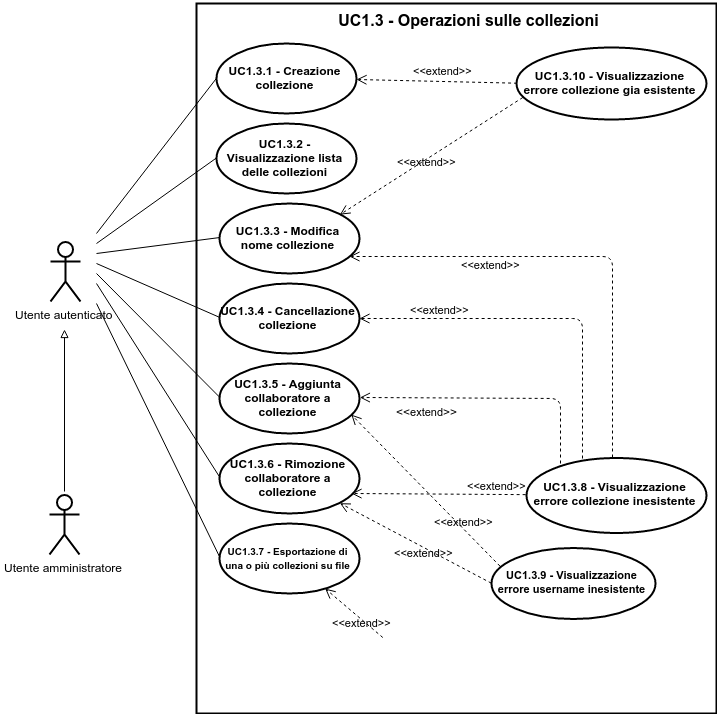
Before: img/UseCases/UC1_3.png, a diagram exported from draw.io (ScalateKids/Actorbase-Documents). Source tidied: cells renumbered, new cells last; positions are measured from the earlier drawing's top-left corner, leaving out a move shared by most shapes.
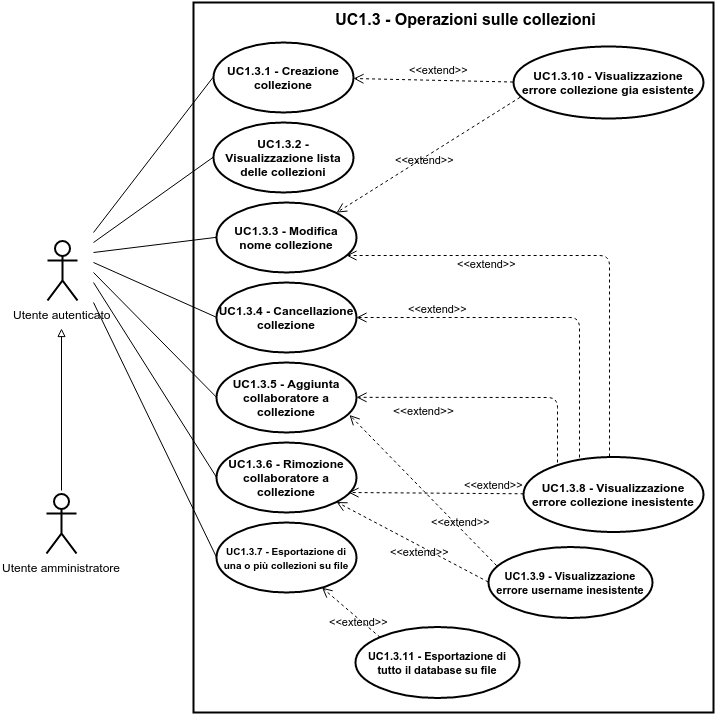
After the commit.

Commit message:
AdR: New img

What changed in the source:
```diff
@@ -2,150 +2,152 @@
   <root>
     <mxCell id="0" />
     <mxCell id="1" parent="0" />
-    <mxCell id="2" value="Utente autenticato" style="shape=umlActor;verticalLabelPosition=bottom;labelBackgroundColor=#ffffff;verticalAlign=top;html=1;shadow=0;glass=0;strokeWidth=2;fillColor=none;" parent="1" vertex="1">
-      <mxGeometry x="1" y="238" width="30" height="60" as="geometry" />
+    <mxCell id="2" style="html=1;shadow=0;glass=0;strokeWidth=2;fillColor=none;" parent="1" vertex="1">
+      <mxGeometry x="147" width="520" height="710" as="geometry" />
     </mxCell>
-    <mxCell id="3" value="&lt;b&gt;UC1.3.2 - Visualizzazione lista delle collezioni&lt;/b&gt;" style="ellipse;whiteSpace=wrap;html=1;shadow=0;glass=0;strokeWidth=2;fillColor=none;" parent="1" vertex="1">
-      <mxGeometry x="167" y="120" width="140" height="70" as="geometry" />
+    <mxCell id="3" value="Utente autenticato" style="shape=umlActor;verticalLabelPosition=bottom;labelBackgroundColor=#ffffff;verticalAlign=top;html=1;shadow=0;glass=0;strokeWidth=2;fillColor=none;" parent="1" vertex="1">
+      <mxGeometry x="1" y="238" width="30" height="60" as="geometry" />
     </mxCell>
-    <mxCell id="4" value="&lt;b&gt;UC1.3.3 - Modifica nome collezione&lt;/b&gt;" style="ellipse;whiteSpace=wrap;html=1;shadow=0;glass=0;strokeWidth=2;fillColor=none;" parent="1" vertex="1">
-      <mxGeometry x="170" y="200" width="140" height="70" as="geometry" />
+    <mxCell id="4" value="&lt;b&gt;UC1.3.2 - Visualizzazione lista delle collezioni&lt;/b&gt;" style="ellipse;whiteSpace=wrap;html=1;shadow=0;glass=0;strokeWidth=2;fillColor=none;" parent="1" vertex="1">
+      <mxGeometry x="167" y="120" width="140" height="70" as="geometry" />
     </mxCell>
-    <mxCell id="5" value="&lt;b&gt;UC1.3.4 - Cancellazione collezione&lt;/b&gt;" style="ellipse;whiteSpace=wrap;html=1;shadow=0;glass=0;strokeWidth=2;fillColor=none;" parent="1" vertex="1">
-      <mxGeometry x="170" y="280" width="140" height="70" as="geometry" />
+    <mxCell id="5" value="&lt;b&gt;UC1.3.3 - Modifica nome collezione&lt;/b&gt;" style="ellipse;whiteSpace=wrap;html=1;shadow=0;glass=0;strokeWidth=2;fillColor=none;" parent="1" vertex="1">
+      <mxGeometry x="170" y="200" width="140" height="70" as="geometry" />
     </mxCell>
-    <mxCell id="6" value="&lt;b&gt;UC1.3.5 - Aggiunta collaboratore a collezione&lt;/b&gt;" style="ellipse;whiteSpace=wrap;html=1;shadow=0;glass=0;strokeWidth=2;fillColor=none;" parent="1" vertex="1">
-      <mxGeometry x="170" y="360" width="140" height="70" as="geometry" />
+    <mxCell id="6" value="&lt;b&gt;UC1.3.4 - Cancellazione collezione&lt;/b&gt;" style="ellipse;whiteSpace=wrap;html=1;shadow=0;glass=0;strokeWidth=2;fillColor=none;" parent="1" vertex="1">
+      <mxGeometry x="170" y="280" width="140" height="70" as="geometry" />
     </mxCell>
-    <mxCell id="7" value="&lt;b&gt;UC1.3.6 - Rimozione collaboratore a collezione&lt;/b&gt;" style="ellipse;whiteSpace=wrap;html=1;shadow=0;glass=0;strokeWidth=2;fillColor=none;" parent="1" vertex="1">
-      <mxGeometry x="170" y="440" width="140" height="70" as="geometry" />
+    <mxCell id="7" value="&lt;b&gt;UC1.3.5 - Aggiunta collaboratore a collezione&lt;/b&gt;" style="ellipse;whiteSpace=wrap;html=1;shadow=0;glass=0;strokeWidth=2;fillColor=none;" parent="1" vertex="1">
+      <mxGeometry x="170" y="360" width="140" height="70" as="geometry" />
     </mxCell>
-    <mxCell id="8" value="&lt;b&gt;UC1.3.1 - Creazione collezione&lt;/b&gt;" style="ellipse;whiteSpace=wrap;html=1;shadow=0;glass=0;strokeWidth=2;fillColor=none;" parent="1" vertex="1">
-      <mxGeometry x="167" y="40" width="140" height="70" as="geometry" />
+    <mxCell id="8" value="&lt;b&gt;UC1.3.6 - Rimozione collaboratore a collezione&lt;/b&gt;" style="ellipse;whiteSpace=wrap;html=1;shadow=0;glass=0;strokeWidth=2;fillColor=none;" parent="1" vertex="1">
+      <mxGeometry x="170" y="440" width="140" height="70" as="geometry" />
     </mxCell>
-    <mxCell id="9" style="endArrow=none;html=1;entryX=0;entryY=0.5;" parent="1" edge="1" target="8">
-      <mxGeometry x="450" y="-746" as="geometry">
-        <mxPoint x="47" y="230" as="sourcePoint" />
-      </mxGeometry>
+    <mxCell id="9" value="&lt;b&gt;UC1.3.1 - Creazione collezione&lt;/b&gt;" style="ellipse;whiteSpace=wrap;html=1;shadow=0;glass=0;strokeWidth=2;fillColor=none;" parent="1" vertex="1">
+      <mxGeometry x="167" y="40" width="140" height="70" as="geometry" />
     </mxCell>
-    <mxCell id="10" style="endArrow=none;html=1;entryX=0;entryY=0.5;" parent="1" edge="1" target="3">
-      <mxGeometry x="450" y="-666" as="geometry">
-        <mxPoint x="47" y="240" as="sourcePoint" />
+    <mxCell id="10" style="endArrow=none;html=1;entryX=0;entryY=0.5;" parent="1" edge="1" target="9">
+      <mxGeometry x="450" y="-745.2" as="geometry">
+        <mxPoint x="47" y="230" as="sourcePoint" />
       </mxGeometry>
     </mxCell>
     <mxCell id="11" style="endArrow=none;html=1;entryX=0;entryY=0.5;" parent="1" edge="1" target="4">
-      <mxGeometry x="450" y="-586" as="geometry">
-        <mxPoint x="47" y="250" as="sourcePoint" />
+      <mxGeometry x="450" y="-665.2" as="geometry">
+        <mxPoint x="47" y="240" as="sourcePoint" />
       </mxGeometry>
     </mxCell>
     <mxCell id="12" style="endArrow=none;html=1;entryX=0;entryY=0.5;" parent="1" edge="1" target="5">
-      <mxGeometry x="450" y="-560" as="geometry">
-        <mxPoint x="47" y="260" as="sourcePoint" />
+      <mxGeometry x="450" y="-585.2" as="geometry">
+        <mxPoint x="47" y="250" as="sourcePoint" />
       </mxGeometry>
     </mxCell>
     <mxCell id="13" style="endArrow=none;html=1;entryX=0;entryY=0.5;" parent="1" edge="1" target="6">
-      <mxGeometry x="450" y="-550" as="geometry">
-        <mxPoint x="47" y="270" as="sourcePoint" />
+      <mxGeometry x="450" y="-560" as="geometry">
+        <mxPoint x="47" y="260" as="sourcePoint" />
       </mxGeometry>
     </mxCell>
     <mxCell id="14" style="endArrow=none;html=1;entryX=0;entryY=0.5;" parent="1" edge="1" target="7">
-      <mxGeometry x="450" y="-540" as="geometry">
-        <mxPoint x="47" y="280" as="sourcePoint" />
+      <mxGeometry x="450" y="-550" as="geometry">
+        <mxPoint x="47" y="270" as="sourcePoint" />
       </mxGeometry>
     </mxCell>
-    <mxCell id="15" value="&lt;font style=&quot;font-size: 16px&quot;&gt;UC1.3 - Operazioni sulle collezioni&lt;/font&gt;" style="text;html=1;strokeColor=none;fillColor=none;align=center;verticalAlign=middle;whiteSpace=wrap;overflow=hidden;fontStyle=1;" parent="1" vertex="1">
-      <mxGeometry x="284" y="4" width="270" height="25" as="geometry" />
+    <mxCell id="15" style="endArrow=none;html=1;entryX=0;entryY=0.5;" parent="1" edge="1" target="8">
+      <mxGeometry x="450" y="-540" as="geometry">
+        <mxPoint x="47" y="280" as="sourcePoint" />
+      </mxGeometry>
     </mxCell>
-    <mxCell id="16" style="edgeStyle=orthogonalEdgeStyle;rounded=0;html=1;exitX=0.5;exitY=0.5;exitPerimeter=0;entryX=0.5;entryY=0.5;entryPerimeter=0;jettySize=auto;orthogonalLoop=1;" parent="1" edge="1" source="2" target="2">
-      <mxGeometry x="419.1" y="-551.7" as="geometry" />
+    <mxCell id="16" value="&lt;font style=&quot;font-size: 16px&quot;&gt;UC1.3 - Operazioni sulle collezioni&lt;/font&gt;" style="text;html=1;strokeColor=none;fillColor=none;align=center;verticalAlign=middle;whiteSpace=wrap;overflow=hidden;fontStyle=1;" parent="1" vertex="1">
+      <mxGeometry x="284" y="4" width="270" height="25" as="geometry" />
     </mxCell>
-    <mxCell id="17" value="&lt;b&gt;UC1.3.10 - Visualizzazione errore collezione gia esistente&lt;/b&gt;" style="ellipse;whiteSpace=wrap;html=1;shadow=0;glass=0;strokeWidth=2;fillColor=none;" parent="1" vertex="1">
-      <mxGeometry x="467" y="44" width="190" height="72" as="geometry" />
+    <mxCell id="17" style="edgeStyle=orthogonalEdgeStyle;rounded=0;html=1;exitX=0.5;exitY=0.5;exitPerimeter=0;entryX=0.5;entryY=0.5;entryPerimeter=0;jettySize=auto;orthogonalLoop=1;" parent="1" edge="1" source="3" target="3">
+      <mxGeometry x="418.9" y="-552.2" as="geometry" />
     </mxCell>
-    <mxCell id="18" value="&amp;lt;&amp;lt;extend&amp;gt;&amp;gt;" style="html=1;verticalAlign=bottom;endArrow=open;dashed=1;endSize=8;strokeWidth=1;exitX=0;exitY=0.5;labelBackgroundColor=none;" parent="1" edge="1" source="17">
-      <mxGeometry x="710" y="-744" as="geometry">
-        <mxPoint x="307" y="76" as="targetPoint" />
-      </mxGeometry>
+    <mxCell id="18" value="&lt;b&gt;UC1.3.10 - Visualizzazione errore collezione gia esistente&lt;/b&gt;" style="ellipse;whiteSpace=wrap;html=1;shadow=0;glass=0;strokeWidth=2;fillColor=none;" parent="1" vertex="1">
+      <mxGeometry x="467" y="44" width="190" height="72" as="geometry" />
     </mxCell>
-    <mxCell id="19" value="&lt;b&gt;UC1.3.8 - Visualizzazione errore collezione inesistente&lt;/b&gt;" style="ellipse;whiteSpace=wrap;html=1;shadow=0;glass=0;strokeWidth=2;fillColor=none;" parent="1" vertex="1">
-      <mxGeometry x="477" y="454" width="180" height="75" as="geometry" />
+    <mxCell id="19" value="&amp;lt;&amp;lt;extend&amp;gt;&amp;gt;" style="html=1;verticalAlign=bottom;endArrow=open;dashed=1;endSize=8;strokeWidth=1;exitX=0;exitY=0.5;labelBackgroundColor=none;" parent="1" edge="1" source="18">
+      <mxGeometry x="710" y="-744" as="geometry">
+        <mxPoint x="307" y="76" as="targetPoint" />
+      </mxGeometry>
     </mxCell>
-    <mxCell id="20" value="&amp;lt;&amp;lt;extend&amp;gt;&amp;gt;" style="html=1;verticalAlign=bottom;endArrow=open;dashed=1;endSize=8;strokeWidth=1;labelBackgroundColor=none;" parent="1" edge="1" target="5">
-      <mxGeometry x="713" y="-505" as="geometry">
-        <mxPoint x="533" y="455" as="sourcePoint" />
-        <Array as="points">
-          <mxPoint x="533" y="315" />
-        </Array>
-      </mxGeometry>
+    <mxCell id="20" value="&lt;b&gt;UC1.3.8 - Visualizzazione errore collezione inesistente&lt;/b&gt;" style="ellipse;whiteSpace=wrap;html=1;shadow=0;glass=0;strokeWidth=2;fillColor=none;" parent="1" vertex="1">
+      <mxGeometry x="477" y="454" width="180" height="75" as="geometry" />
     </mxCell>
-    <mxCell id="21" style="text;html=1;strokeColor=none;fillColor=none;align=left;verticalAlign=middle;spacingTop=-1;spacingLeft=4;spacingRight=4;labelPosition=right;" parent="1" vertex="1">
-      <mxGeometry x="367" y="610" width="20" height="14" as="geometry" />
+    <mxCell id="21" value="&amp;lt;&amp;lt;extend&amp;gt;&amp;gt;" style="html=1;verticalAlign=bottom;endArrow=open;dashed=1;endSize=8;strokeWidth=1;labelBackgroundColor=none;" parent="1" edge="1" target="6">
+      <mxGeometry x="713" y="-505" as="geometry">
+        <mxPoint x="533" y="455" as="sourcePoint" />
+        <Array as="points">
+          <mxPoint x="533" y="315" />
+        </Array>
+      </mxGeometry>
     </mxCell>
-    <mxCell id="22" value="&lt;font style=&quot;font-size: 11px&quot;&gt;&amp;lt;&amp;lt;extend&amp;gt;&amp;gt;&lt;/font&gt;" style="html=1;verticalAlign=bottom;endArrow=open;dashed=1;endSize=8;strokeWidth=1;labelBackgroundColor=none;" parent="1" edge="1">
-      <mxGeometry x="703" y="-567" as="geometry">
-        <mxPoint x="563" y="454" as="sourcePoint" />
-        <mxPoint x="300" y="253" as="targetPoint" />
-        <Array as="points">
-          <mxPoint x="563" y="253" />
-        </Array>
-      </mxGeometry>
+    <mxCell id="22" style="text;html=1;strokeColor=none;fillColor=none;align=left;verticalAlign=middle;spacingTop=-1;spacingLeft=4;spacingRight=4;labelPosition=right;" parent="1" vertex="1">
+      <mxGeometry x="367" y="610" width="20" height="14" as="geometry" />
     </mxCell>
-    <mxCell id="23" value="&lt;font style=&quot;font-size: 11px&quot;&gt;&amp;lt;&amp;lt;extend&amp;gt;&amp;gt;&lt;/font&gt;" style="html=1;verticalAlign=bottom;endArrow=open;dashed=1;endSize=8;strokeWidth=1;exitX=0.036;exitY=0.71;entryX=1;entryY=0;exitPerimeter=0;labelBackgroundColor=none;" parent="1" edge="1" source="17" target="4">
-      <mxGeometry x="693.4" y="-726" as="geometry" />
+    <mxCell id="23" value="&lt;font style=&quot;font-size: 11px&quot;&gt;&amp;lt;&amp;lt;extend&amp;gt;&amp;gt;&lt;/font&gt;" style="html=1;verticalAlign=bottom;endArrow=open;dashed=1;endSize=8;strokeWidth=1;labelBackgroundColor=none;" parent="1" edge="1">
+      <mxGeometry x="703" y="-567" as="geometry">
+        <mxPoint x="563" y="454" as="sourcePoint" />
+        <mxPoint x="300" y="253" as="targetPoint" />
+        <Array as="points">
+          <mxPoint x="563" y="253" />
+        </Array>
+      </mxGeometry>
     </mxCell>
-    <mxCell id="24" value="&lt;font style=&quot;font-size: 11px&quot;&gt;&lt;b&gt;UC1.3.9 - Visualizzazione errore username inesistente&lt;/b&gt;&lt;/font&gt;" style="ellipse;whiteSpace=wrap;html=1;shadow=0;glass=0;strokeWidth=2;fillColor=none;" parent="1" vertex="1">
-      <mxGeometry x="442" y="544" width="164" height="71" as="geometry" />
+    <mxCell id="24" value="&lt;font style=&quot;font-size: 11px&quot;&gt;&amp;lt;&amp;lt;extend&amp;gt;&amp;gt;&lt;/font&gt;" style="html=1;verticalAlign=bottom;endArrow=open;dashed=1;endSize=8;strokeWidth=1;exitX=0.036;exitY=0.71;entryX=1;entryY=0;exitPerimeter=0;labelBackgroundColor=none;" parent="1" edge="1" source="18" target="5">
+      <mxGeometry x="693.1" y="-725.2" as="geometry" />
     </mxCell>
-    <mxCell id="25" value="&lt;font style=&quot;font-size: 12px&quot;&gt;&amp;lt;&amp;lt;&lt;/font&gt;&lt;font style=&quot;font-size: 11px&quot;&gt;extend&lt;/font&gt;&lt;font style=&quot;font-size: 12px&quot;&gt;&amp;gt;&amp;gt;&lt;/font&gt;" style="html=1;verticalAlign=bottom;endArrow=open;dashed=1;endSize=8;strokeWidth=1;labelBackgroundColor=none;entryX=1;entryY=0.5;" parent="1" edge="1" target="6">
-      <mxGeometry as="geometry">
-        <mxPoint x="511" y="460" as="sourcePoint" />
-        <Array as="points">
-          <mxPoint x="511" y="395" />
-        </Array>
-        <mxPoint x="-33" y="-10" as="offset" />
-      </mxGeometry>
+    <mxCell id="25" value="&lt;font style=&quot;font-size: 11px&quot;&gt;&lt;b&gt;UC1.3.9 - Visualizzazione errore username inesistente&lt;/b&gt;&lt;/font&gt;" style="ellipse;whiteSpace=wrap;html=1;shadow=0;glass=0;strokeWidth=2;fillColor=none;" parent="1" vertex="1">
+      <mxGeometry x="442" y="544" width="164" height="71" as="geometry" />
     </mxCell>
-    <mxCell id="26" value="&lt;font style=&quot;font-size: 11px&quot;&gt;&amp;lt;&amp;lt;extend&amp;gt;&amp;gt;&lt;/font&gt;" style="html=1;verticalAlign=bottom;endArrow=open;dashed=1;endSize=8;strokeWidth=1;exitX=0.048;exitY=0.267;entryX=0.949;entryY=0.749;exitPerimeter=0;entryPerimeter=0;labelBackgroundColor=none;" parent="1" edge="1" source="24" target="6">
+    <mxCell id="26" value="&lt;font style=&quot;font-size: 12px&quot;&gt;&amp;lt;&amp;lt;&lt;/font&gt;&lt;font style=&quot;font-size: 11px&quot;&gt;extend&lt;/font&gt;&lt;font style=&quot;font-size: 12px&quot;&gt;&amp;gt;&amp;gt;&lt;/font&gt;" style="html=1;verticalAlign=bottom;endArrow=open;dashed=1;endSize=8;strokeWidth=1;labelBackgroundColor=none;entryX=1;entryY=0.5;" parent="1" edge="1" target="7">
       <mxGeometry as="geometry">
-        <mxPoint x="38" y="40" as="offset" />
+        <mxPoint x="511" y="460" as="sourcePoint" />
+        <Array as="points">
+          <mxPoint x="511" y="395" />
+        </Array>
+        <mxPoint x="-33" y="-10" as="offset" />
       </mxGeometry>
     </mxCell>
-    <mxCell id="27" value="&lt;font style=&quot;font-size: 11px&quot;&gt;&amp;lt;&amp;lt;extend&amp;gt;&amp;gt;&lt;/font&gt;" style="html=1;verticalAlign=bottom;endArrow=open;dashed=1;endSize=8;strokeWidth=1;exitX=0;exitY=0.5;labelBackgroundColor=none;" parent="1" edge="1" source="19">
+    <mxCell id="27" value="&lt;font style=&quot;font-size: 11px&quot;&gt;&amp;lt;&amp;lt;extend&amp;gt;&amp;gt;&lt;/font&gt;" style="html=1;verticalAlign=bottom;endArrow=open;dashed=1;endSize=8;strokeWidth=1;exitX=0.048;exitY=0.267;entryX=0.949;entryY=0.749;exitPerimeter=0;entryPerimeter=0;labelBackgroundColor=none;" parent="1" edge="1" source="25" target="7">
       <mxGeometry as="geometry">
-        <mxPoint x="302" y="490" as="targetPoint" />
-        <mxPoint x="58" as="offset" />
+        <mxPoint x="38" y="40" as="offset" />
       </mxGeometry>
     </mxCell>
-    <mxCell id="28" value="&lt;font style=&quot;font-size: 11px&quot;&gt;&amp;lt;&amp;lt;extend&amp;gt;&amp;gt;&lt;/font&gt;" style="html=1;verticalAlign=bottom;endArrow=open;dashed=1;endSize=8;strokeWidth=1;exitX=0;exitY=0.5;entryX=1;entryY=1;labelBackgroundColor=none;" parent="1" edge="1" source="24" target="7">
+    <mxCell id="28" value="&lt;font style=&quot;font-size: 11px&quot;&gt;&amp;lt;&amp;lt;extend&amp;gt;&amp;gt;&lt;/font&gt;" style="html=1;verticalAlign=bottom;endArrow=open;dashed=1;endSize=8;strokeWidth=1;exitX=0;exitY=0.5;labelBackgroundColor=none;" parent="1" edge="1" source="20">
       <mxGeometry as="geometry">
-        <mxPoint x="8" y="18" as="offset" />
+        <mxPoint x="302" y="490" as="targetPoint" />
+        <mxPoint x="58" as="offset" />
       </mxGeometry>
     </mxCell>
-    <mxCell id="29" value="&lt;b&gt;&lt;font style=&quot;font-size: 10px&quot;&gt;UC1.3.7 - Esportazione di una o più collezioni su file&lt;/font&gt;&lt;/b&gt;" style="ellipse;whiteSpace=wrap;html=1;shadow=0;glass=0;strokeWidth=2;fillColor=none;" parent="1" vertex="1">
-      <mxGeometry x="170" y="520" width="140" height="70" as="geometry" />
+    <mxCell id="29" value="&lt;font style=&quot;font-size: 11px&quot;&gt;&amp;lt;&amp;lt;extend&amp;gt;&amp;gt;&lt;/font&gt;" style="html=1;verticalAlign=bottom;endArrow=open;dashed=1;endSize=8;strokeWidth=1;exitX=0;exitY=0.5;entryX=1;entryY=1;labelBackgroundColor=none;" parent="1" edge="1" source="25" target="8">
+      <mxGeometry as="geometry">
+        <mxPoint x="8" y="18" as="offset" />
+      </mxGeometry>
     </mxCell>
-    <mxCell id="30" style="endArrow=none;html=1;exitX=0;exitY=0.5;" parent="1" edge="1" source="29">
-      <mxGeometry x="450" y="-520" as="geometry">
-        <mxPoint x="47" y="300" as="targetPoint" />
-      </mxGeometry>
+    <mxCell id="30" value="&lt;b&gt;&lt;font style=&quot;font-size: 10px&quot;&gt;UC1.3.7 - Esportazione di una o più collezioni su file&lt;/font&gt;&lt;/b&gt;" style="ellipse;whiteSpace=wrap;html=1;shadow=0;glass=0;strokeWidth=2;fillColor=none;" parent="1" vertex="1">
+      <mxGeometry x="170" y="520" width="140" height="70" as="geometry" />
     </mxCell>
-    <mxCell id="31" value="&lt;font style=&quot;font-size: 11px&quot;&gt;&amp;lt;&amp;lt;extend&amp;gt;&amp;gt;&lt;/font&gt;" style="html=1;verticalAlign=bottom;endArrow=open;dashed=1;endSize=8;strokeWidth=1;exitX=0;exitY=0;labelBackgroundColor=none;" parent="1" edge="1" target="29">
-      <mxGeometry x="-40" y="60" as="geometry">
-        <mxPoint x="333.3" y="634" as="sourcePoint" />
-        <mxPoint x="8" y="18" as="offset" />
+    <mxCell id="31" style="endArrow=none;html=1;exitX=0;exitY=0.5;" parent="1" edge="1" source="30">
+      <mxGeometry x="450" y="-520" as="geometry">
+        <mxPoint x="47" y="300" as="targetPoint" />
       </mxGeometry>
     </mxCell>
-    <mxCell id="32" style="edgeStyle=orthogonalEdgeStyle;rounded=0;html=1;endArrow=block;endFill=0;jettySize=auto;orthogonalLoop=1;strokeWidth=1;fontSize=11;" parent="1" edge="1">
-      <mxGeometry x="418" y="-494" as="geometry">
-        <mxPoint x="15" y="488" as="sourcePoint" />
-        <mxPoint x="15" y="326" as="targetPoint" />
-      </mxGeometry>
+    <mxCell id="32" value="&lt;font style=&quot;font-size: 11px&quot;&gt;&lt;b&gt;UC1.3.11 - Esportazione di tutto il database su file&lt;/b&gt;&lt;/font&gt;" style="ellipse;whiteSpace=wrap;html=1;shadow=0;glass=0;strokeWidth=2;fillColor=none;" parent="1" vertex="1">
+      <mxGeometry x="309" y="624" width="164" height="71" as="geometry" />
     </mxCell>
-    <mxCell id="33" value="Utente amministratore" style="shape=umlActor;verticalLabelPosition=bottom;labelBackgroundColor=#ffffff;verticalAlign=top;html=1;shadow=0;glass=0;strokeWidth=2;fillColor=none;" parent="1" vertex="1">
-      <mxGeometry y="491" width="30" height="60" as="geometry" />
+    <mxCell id="33" value="&lt;font style=&quot;font-size: 11px&quot;&gt;&amp;lt;&amp;lt;extend&amp;gt;&amp;gt;&lt;/font&gt;" style="html=1;verticalAlign=bottom;endArrow=open;dashed=1;endSize=8;strokeWidth=1;exitX=0;exitY=0;labelBackgroundColor=none;" parent="1" edge="1" source="32" target="30">
+      <mxGeometry x="-40" y="60" as="geometry">
+        <mxPoint x="8" y="18" as="offset" />
+      </mxGeometry>
     </mxCell>
-    <mxCell id="34" style="html=1;shadow=0;glass=0;strokeWidth=2;fillColor=none;" parent="1" vertex="1">
-      <mxGeometry x="147" width="520" height="710" as="geometry" />
+    <mxCell id="34" style="edgeStyle=orthogonalEdgeStyle;rounded=0;html=1;endArrow=block;endFill=0;jettySize=auto;orthogonalLoop=1;strokeWidth=1;fontSize=11;" parent="1" edge="1">
+      <mxGeometry x="418" y="-494" as="geometry">
+        <mxPoint x="15" y="488" as="sourcePoint" />
+        <mxPoint x="15" y="326" as="targetPoint" />
+      </mxGeometry>
     </mxCell>
+    <mxCell id="35" value="Utente amministratore" style="shape=umlActor;verticalLabelPosition=bottom;labelBackgroundColor=#ffffff;verticalAlign=top;html=1;shadow=0;glass=0;strokeWidth=2;fillColor=none;" parent="1" vertex="1">
+      <mxGeometry y="491" width="30" height="60" as="geometry" />
+    </mxCell>
   </root>
 </mxGraphModel>
```
